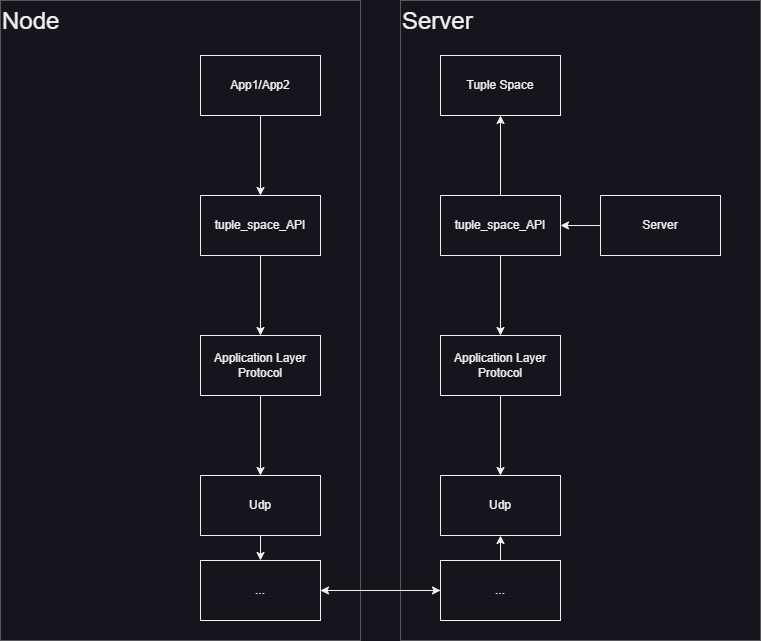
Sulik-git/psir-project keeps this draw.io diagram as Dependency_diagram.png. Above is the earlier version. Source tidied: cells renumbered, new cells last; positions are measured from the earlier drawing's top-left corner, leaving out a move shared by most shapes.
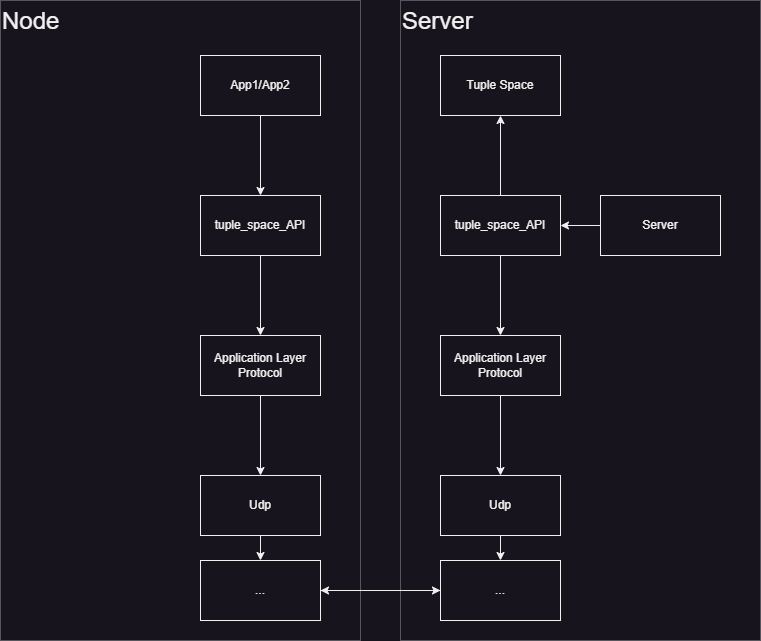
The same file after the commit.

The edit, as a diff of the source:
```diff
@@ -41,15 +41,15 @@
     <mxCell id="14" value="..." style="whiteSpace=wrap;html=1;rounded=0;" parent="1" vertex="1">
       <mxGeometry x="200" y="560" width="120" height="60" as="geometry" />
     </mxCell>
-    <mxCell id="15" style="edgeStyle=orthogonalEdgeStyle;rounded=0;jettySize=auto;html=1;" parent="1" edge="1" source="17" target="18">
-      <mxGeometry relative="1" as="geometry" />
-    </mxCell>
     <mxCell id="16" style="edgeStyle=orthogonalEdgeStyle;rounded=0;jettySize=auto;html=1;entryX=1;entryY=0.5;entryDx=0;entryDy=0;" parent="1" edge="1" source="17" target="14">
       <mxGeometry relative="1" as="geometry" />
     </mxCell>
     <mxCell id="17" value="..." style="whiteSpace=wrap;html=1;rounded=0;" parent="1" vertex="1">
       <mxGeometry x="440" y="560" width="120" height="60" as="geometry" />
     </mxCell>
+    <mxCell id="26" style="edgeStyle=orthogonalEdgeStyle;rounded=0;jettySize=auto;html=1;" parent="1" edge="1" source="18" target="17">
+      <mxGeometry relative="1" as="geometry" />
+    </mxCell>
     <mxCell id="18" value="Udp" style="whiteSpace=wrap;html=1;rounded=0;" parent="1" vertex="1">
       <mxGeometry x="440" y="475" width="120" height="60" as="geometry" />
     </mxCell>
```
